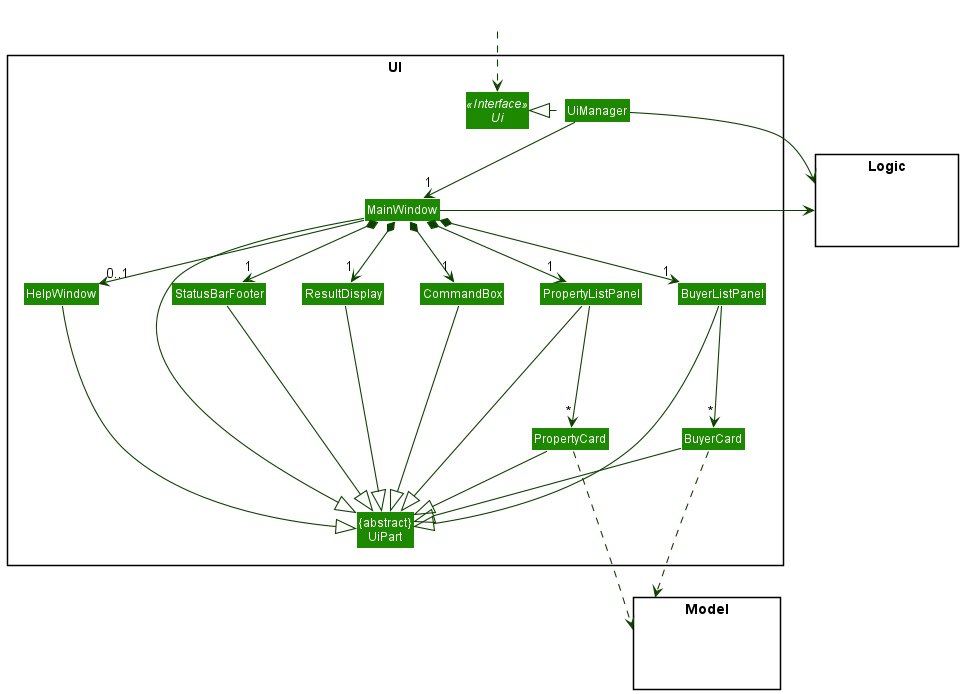
Above: docs/images/UiClassDiagram.png in waynetee/tp (PlantUML), before the change.
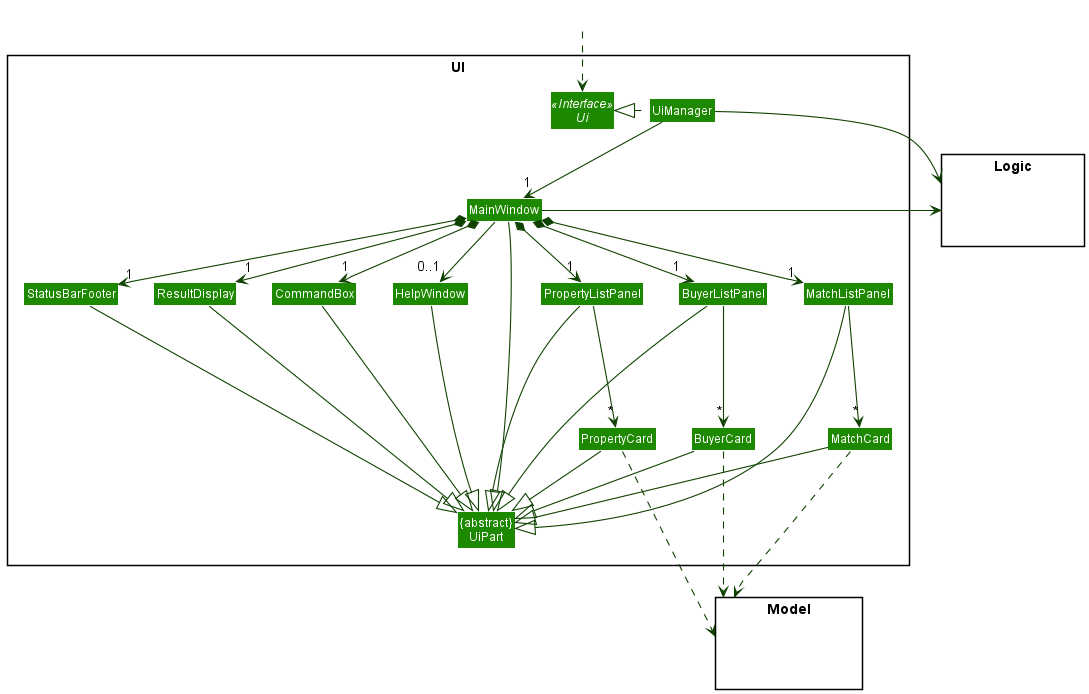
The same file after the commit.

The edit, as a diff of the source:
```diff
@@ -15,6 +15,8 @@
 Class PropertyCard
 Class BuyerListPanel
 Class BuyerCard
+Class MatchListPanel
+Class MatchCard
 Class StatusBarFooter
 Class CommandBox
 }
@@ -36,11 +38,13 @@
 MainWindow *-down-> "1" ResultDisplay
 MainWindow *-down-> "1" PropertyListPanel
 MainWindow *-down-> "1" BuyerListPanel
+MainWindow *-down-> "1" MatchListPanel
 MainWindow *-down-> "1" StatusBarFooter
 MainWindow --> "0..1" HelpWindow
 
 PropertyListPanel --down-> "*" PropertyCard
 BuyerListPanel --down-> "*" BuyerCard
+MatchListPanel --down-> "*" MatchCard
 
 MainWindow -left-|> UiPart
 
@@ -50,14 +54,18 @@
 PropertyCard --|> UiPart
 BuyerListPanel --|> UiPart
 BuyerCard --|> UiPart
+MatchListPanel --|> UiPart
+MatchCard --|> UiPart
 StatusBarFooter --|> UiPart
 HelpWindow --|> UiPart
 
 PropertyCard ..down.> Model
 BuyerCard ..down.> Model
+MatchCard ..down.> Model
 UiManager -right-> Logic
 MainWindow -left-> Logic
 
+MatchListPanel -[hidden]left- BuyerListPanel
 BuyerListPanel -[hidden]left- PropertyListPanel
 PropertyListPanel -[hidden]left- HelpWindow
 HelpWindow -[hidden]left- CommandBox
```
